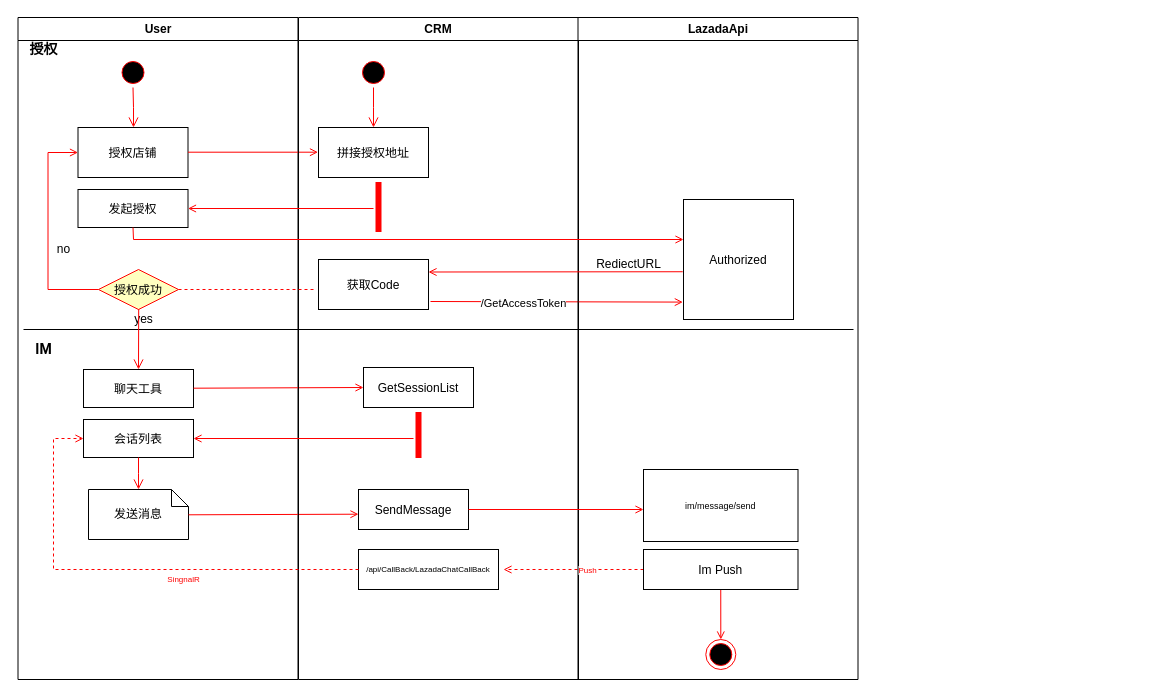
J-W-Chan/ChromeDemo keeps this draw.io diagram as 未命名绘图.drawio. Above is the earlier version. Source tidied: cells renumbered, new cells numbered last; positions are measured from the earlier drawing's top-left corner, leaving out a move shared by most shapes. Both pictures are drawn from the tidied source at 100%, with x=0, y=0 at pixel (17, 17).
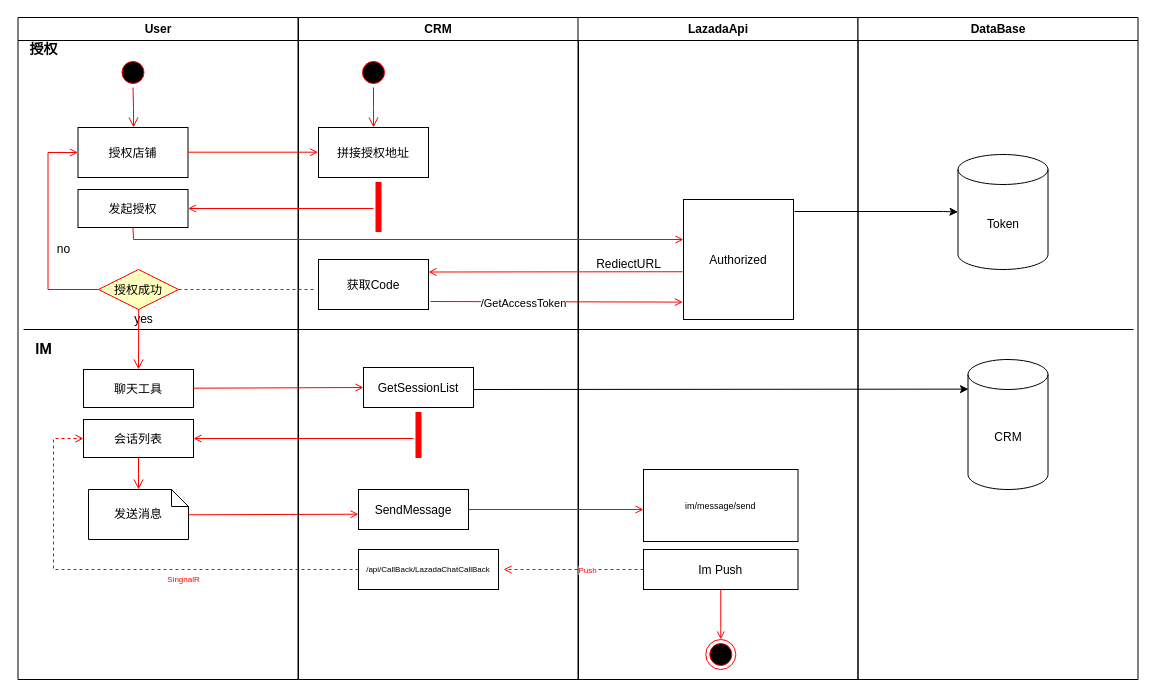
After the change.

Commit message:
更新未命名绘图.drawio

The change refers to these unchanged cells:
```xml
<mxCell id="17" value="CRM" style="swimlane;whiteSpace=wrap;" parent="1" vertex="1">
  <mxGeometry x="281" width="280" height="662" as="geometry" />
</mxCell>
```

What changed in the source:
```diff
@@
+    <mxCell id="51" style="endArrow=classic;html=1;rounded=0;entryX=0.006;entryY=0.228;entryDx=0;entryDy=0;entryPerimeter=0;" parent="17" edge="1" target="54">
+      <mxGeometry relative="1" as="geometry">
+        <mxPoint x="175" y="372" as="sourcePoint" />
+      </mxGeometry>
+    </mxCell>
@@
     <mxCell id="42" style="endArrow=none;html=1;" parent="1" edge="1">
       <mxGeometry relative="1" as="geometry">
         <mxPoint x="6" y="312" as="sourcePoint" />
-        <mxPoint x="836" y="312" as="targetPoint" />
+        <mxPoint x="1116" y="312" as="targetPoint" />
       </mxGeometry>
     </mxCell>
@@
+    <mxCell id="52" value="DataBase" style="swimlane;whiteSpace=wrap;" parent="1" vertex="1">
+      <mxGeometry x="840.5" width="280" height="662" as="geometry" />
+    </mxCell>
+    <mxCell id="53" value="Token" style="shape=cylinder3;whiteSpace=wrap;html=1;boundedLbl=1;backgroundOutline=1;size=15;" parent="52" vertex="1">
+      <mxGeometry x="100" y="137" width="90" height="115" as="geometry" />
+    </mxCell>
+    <mxCell id="54" value="CRM" style="shape=cylinder3;whiteSpace=wrap;html=1;boundedLbl=1;backgroundOutline=1;size=15;" parent="52" vertex="1">
+      <mxGeometry x="110" y="342" width="80" height="130" as="geometry" />
+    </mxCell>
+    <mxCell id="55" style="endArrow=classic;html=1;rounded=0;entryX=0;entryY=0.5;entryDx=0;entryDy=0;entryPerimeter=0;" parent="1" edge="1">
+      <mxGeometry relative="1" as="geometry">
+        <mxPoint x="777" y="194" as="sourcePoint" />
+        <mxPoint x="940.5" y="194.5" as="targetPoint" />
+        <Array as="points">
+          <mxPoint x="926" y="194" />
+        </Array>
+      </mxGeometry>
+    </mxCell>
```
